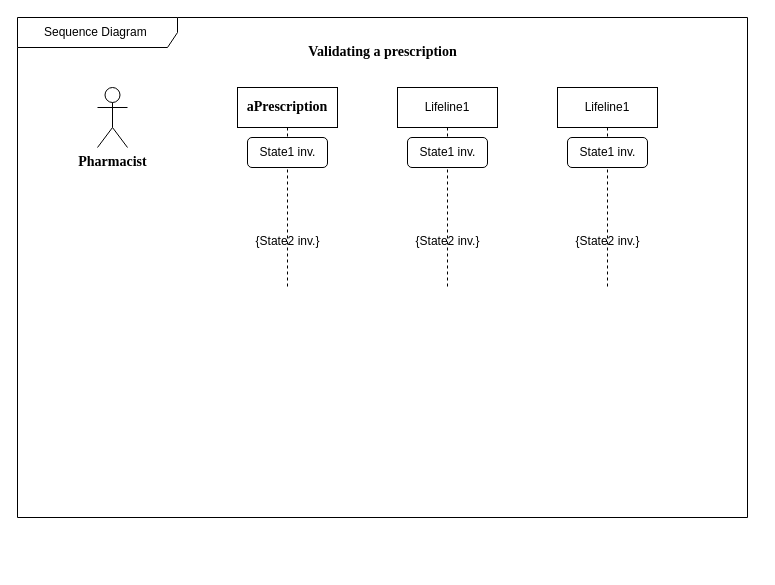
Above: Sequence  Diagram.drawio in FOMOKN/Software-Engineering (draw.io), before the change. Source tidied: cells renumbered, new cells numbered last; positions are measured from the earlier drawing's top-left corner, leaving out a move shared by most shapes. Both pictures are drawn from the tidied source at 100%, with x=0, y=0 at pixel (17, 17).
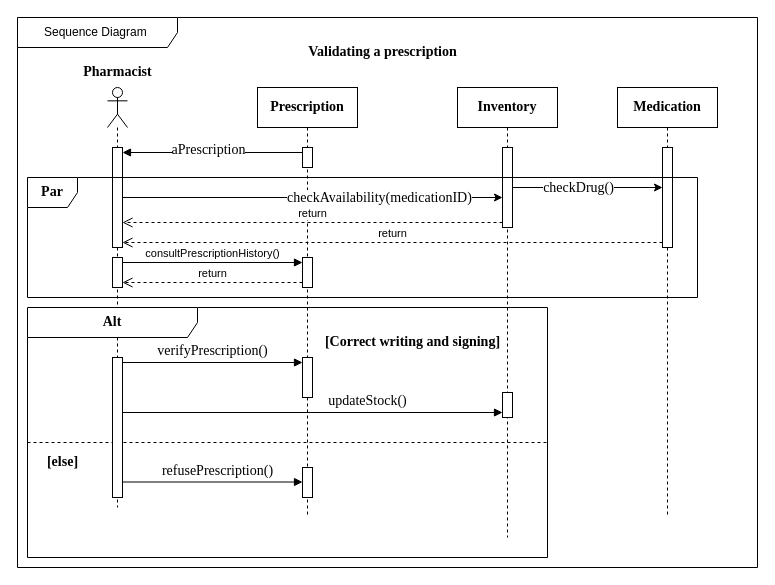
The same page after the edit.

The edit, as a diff of the source:
```diff
@@
     <mxCell id="2" value="Sequence Diagram&amp;nbsp;" style="shape=umlFrame;whiteSpace=wrap;html=1;width=160;" parent="1" vertex="1">
-      <mxGeometry width="730" height="500" as="geometry" />
+      <mxGeometry width="740" height="550" as="geometry" />
     </mxCell>
@@
-    <mxCell id="4" value="&lt;font style=&quot;font-size: 14px;&quot; face=&quot;Times New Roman&quot;&gt;&lt;b&gt;aPrescription&lt;/b&gt;&lt;/font&gt;" style="shape=umlLifeline;perimeter=lifelinePerimeter;whiteSpace=wrap;html=1;newEdgeStyle={&quot;curved&quot;:0,&quot;rounded&quot;:0};align=center;" parent="2" vertex="1">
-      <mxGeometry x="220" y="70" width="100" height="200" as="geometry" />
+    <mxCell id="4" value="&lt;font style=&quot;font-size: 14px;&quot; face=&quot;Times New Roman&quot;&gt;&lt;b&gt;Prescription&lt;/b&gt;&lt;/font&gt;" style="shape=umlLifeline;perimeter=lifelinePerimeter;whiteSpace=wrap;html=1;newEdgeStyle={&quot;curved&quot;:0,&quot;rounded&quot;:0};align=center;" parent="2" vertex="1">
+      <mxGeometry x="240" y="70" width="100" height="430" as="geometry" />
     </mxCell>
-    <mxCell id="5" value="State1 inv." style="rounded=1;dashed=0;point=[];targetShapes=umlLifeline;html=1;" parent="4" vertex="1">
-      <mxGeometry x="10" y="50" width="80" height="30" as="geometry" />
-    </mxCell>
-    <mxCell id="6" value="{State2 inv.}" style="text;align=center;point=[];targetShapes=umlLifeline;html=1;" parent="4" vertex="1">
-      <mxGeometry y="140" width="100" height="30" as="geometry" />
-    </mxCell>
+    <mxCell id="14" style="html=1;points=[[0,0,0,0,5],[0,1,0,0,-5],[1,0,0,0,5],[1,1,0,0,-5]];perimeter=orthogonalPerimeter;outlineConnect=0;targetShapes=umlLifeline;portConstraint=eastwest;newEdgeStyle={&quot;curved&quot;:0,&quot;rounded&quot;:0};" parent="4" vertex="1">
+      <mxGeometry x="45" y="60" width="10" height="20" as="geometry" />
+    </mxCell>
+    <mxCell id="15" style="html=1;points=[[0,0,0,0,5],[0,1,0,0,-5],[1,0,0,0,5],[1,1,0,0,-5]];perimeter=orthogonalPerimeter;outlineConnect=0;targetShapes=umlLifeline;portConstraint=eastwest;newEdgeStyle={&quot;curved&quot;:0,&quot;rounded&quot;:0};" parent="4" vertex="1">
+      <mxGeometry x="45" y="170" width="10" height="30" as="geometry" />
+    </mxCell>
-    <mxCell id="7" value="Lifeline1" style="shape=umlLifeline;perimeter=lifelinePerimeter;whiteSpace=wrap;html=1;newEdgeStyle={&quot;curved&quot;:0,&quot;rounded&quot;:0};" parent="2" vertex="1">
-      <mxGeometry x="380" y="70" width="100" height="200" as="geometry" />
+    <mxCell id="7" value="&lt;font size=&quot;1&quot; face=&quot;Times New Roman&quot;&gt;&lt;b style=&quot;font-size: 14px;&quot;&gt;Medication&lt;/b&gt;&lt;/font&gt;" style="shape=umlLifeline;perimeter=lifelinePerimeter;whiteSpace=wrap;html=1;newEdgeStyle={&quot;curved&quot;:0,&quot;rounded&quot;:0};" parent="2" vertex="1">
+      <mxGeometry x="600" y="70" width="100" height="430" as="geometry" />
     </mxCell>
-    <mxCell id="8" value="State1 inv." style="rounded=1;dashed=0;point=[];targetShapes=umlLifeline;html=1;" parent="7" vertex="1">
-      <mxGeometry x="10" y="50" width="80" height="30" as="geometry" />
-    </mxCell>
-    <mxCell id="9" value="{State2 inv.}" style="text;align=center;point=[];targetShapes=umlLifeline;html=1;" parent="7" vertex="1">
-      <mxGeometry y="140" width="100" height="30" as="geometry" />
-    </mxCell>
+    <mxCell id="16" style="html=1;points=[[0,0,0,0,5],[0,1,0,0,-5],[1,0,0,0,5],[1,1,0,0,-5]];perimeter=orthogonalPerimeter;outlineConnect=0;targetShapes=umlLifeline;portConstraint=eastwest;newEdgeStyle={&quot;curved&quot;:0,&quot;rounded&quot;:0};" parent="7" vertex="1">
+      <mxGeometry x="45" y="60" width="10" height="100" as="geometry" />
+    </mxCell>
-    <mxCell id="10" value="Lifeline1" style="shape=umlLifeline;perimeter=lifelinePerimeter;whiteSpace=wrap;html=1;newEdgeStyle={&quot;curved&quot;:0,&quot;rounded&quot;:0};" parent="2" vertex="1">
-      <mxGeometry x="540" y="70" width="100" height="200" as="geometry" />
+    <mxCell id="10" value="&lt;b&gt;&lt;font style=&quot;font-size: 14px;&quot; face=&quot;Times New Roman&quot;&gt;Inventory&lt;/font&gt;&lt;/b&gt;" style="shape=umlLifeline;perimeter=lifelinePerimeter;whiteSpace=wrap;html=1;newEdgeStyle={&quot;curved&quot;:0,&quot;rounded&quot;:0};" parent="2" vertex="1">
+      <mxGeometry x="440" y="70" width="100" height="450" as="geometry" />
     </mxCell>
-    <mxCell id="11" value="State1 inv." style="rounded=1;dashed=0;point=[];targetShapes=umlLifeline;html=1;" parent="10" vertex="1">
-      <mxGeometry x="10" y="50" width="80" height="30" as="geometry" />
-    </mxCell>
-    <mxCell id="12" value="{State2 inv.}" style="text;align=center;point=[];targetShapes=umlLifeline;html=1;" parent="10" vertex="1">
-      <mxGeometry y="140" width="100" height="30" as="geometry" />
-    </mxCell>
+    <mxCell id="17" style="html=1;points=[[0,0,0,0,5],[0,1,0,0,-5],[1,0,0,0,5],[1,1,0,0,-5]];perimeter=orthogonalPerimeter;outlineConnect=0;targetShapes=umlLifeline;portConstraint=eastwest;newEdgeStyle={&quot;curved&quot;:0,&quot;rounded&quot;:0};" parent="10" vertex="1">
+      <mxGeometry x="45" y="60" width="10" height="80" as="geometry" />
+    </mxCell>
+    <mxCell id="18" style="html=1;points=[[0,0,0,0,5],[0,1,0,0,-5],[1,0,0,0,5],[1,1,0,0,-5]];perimeter=orthogonalPerimeter;outlineConnect=0;targetShapes=umlLifeline;portConstraint=eastwest;newEdgeStyle={&quot;curved&quot;:0,&quot;rounded&quot;:0};" parent="10" vertex="1">
+      <mxGeometry x="45" y="305" width="10" height="25" as="geometry" />
+    </mxCell>
+    <mxCell id="19" style="shape=umlLifeline;perimeter=lifelinePerimeter;whiteSpace=wrap;html=1;newEdgeStyle={&quot;curved&quot;:0,&quot;rounded&quot;:0};participant=umlActor;" parent="2" vertex="1">
+      <mxGeometry x="90" y="70" width="20" height="420" as="geometry" />
+    </mxCell>
+    <mxCell id="20" style="html=1;points=[[0,0,0,0,5],[0,1,0,0,-5],[1,0,0,0,5],[1,1,0,0,-5]];perimeter=orthogonalPerimeter;outlineConnect=0;targetShapes=umlLifeline;portConstraint=eastwest;newEdgeStyle={&quot;curved&quot;:0,&quot;rounded&quot;:0};" parent="19" vertex="1">
+      <mxGeometry x="5" y="60" width="10" height="100" as="geometry" />
+    </mxCell>
+    <mxCell id="21" style="html=1;points=[[0,0,0,0,5],[0,1,0,0,-5],[1,0,0,0,5],[1,1,0,0,-5]];perimeter=orthogonalPerimeter;outlineConnect=0;targetShapes=umlLifeline;portConstraint=eastwest;newEdgeStyle={&quot;curved&quot;:0,&quot;rounded&quot;:0};" parent="19" vertex="1">
+      <mxGeometry x="5" y="170" width="10" height="30" as="geometry" />
+    </mxCell>
-    <mxCell id="13" value="&lt;font size=&quot;1&quot; face=&quot;Times New Roman&quot;&gt;&lt;b style=&quot;font-size: 14px;&quot;&gt;Pharmacist&lt;/b&gt;&lt;/font&gt;" style="shape=umlActor;verticalLabelPosition=bottom;verticalAlign=top;html=1;" parent="2" vertex="1">
-      <mxGeometry x="80" y="70" width="30" height="60" as="geometry" />
+    <mxCell id="13" value="Pharmacist" style="text;html=1;align=center;verticalAlign=middle;strokeColor=none;fillColor=none;fontFamily=Times New Roman;fontStyle=1;fontSize=14;" parent="2" vertex="1">
+      <mxGeometry x="55" y="40" width="90" height="30" as="geometry" />
     </mxCell>
+    <mxCell id="22" style="html=1;verticalAlign=bottom;labelBackgroundColor=none;endArrow=block;endFill=1;endSize=6;align=left;rounded=0;entryX=1;entryY=0;entryDx=0;entryDy=5;entryPerimeter=0;" parent="2" edge="1" source="14" target="20">
+      <mxGeometry x="-1" relative="1" as="geometry" />
+    </mxCell>
+    <mxCell id="23" value="aPrescription" style="edgeLabel;html=1;align=center;verticalAlign=middle;fontFamily=Times New Roman;fontSize=14;" parent="22" vertex="1">
+      <mxGeometry x="0.09" y="-3" relative="1" as="geometry">
+        <mxPoint x="3" as="offset" />
+      </mxGeometry>
+    </mxCell>
+    <mxCell id="24" style="edgeStyle=none;jettySize=auto;html=1;rounded=0;" parent="2" edge="1" source="20" target="17">
+      <mxGeometry relative="1" as="geometry" />
+    </mxCell>
+    <mxCell id="25" value="checkAvailability(medicationID)" style="edgeLabel;html=1;align=center;verticalAlign=middle;fontFamily=Times New Roman;fontSize=14;" parent="24" vertex="1">
+      <mxGeometry x="0.32" relative="1" as="geometry">
+        <mxPoint x="5" as="offset" />
+      </mxGeometry>
+    </mxCell>
+    <mxCell id="26" style="edgeStyle=none;jettySize=auto;html=1;rounded=0;" parent="2" edge="1" source="17" target="16">
+      <mxGeometry relative="1" as="geometry" />
+    </mxCell>
+    <mxCell id="27" value="checkDrug()" style="edgeLabel;html=1;align=center;verticalAlign=middle;fontSize=14;fontFamily=Times New Roman;" parent="26" vertex="1">
+      <mxGeometry x="-0.13" relative="1" as="geometry" />
+    </mxCell>
+    <mxCell id="28" value="return" style="html=1;verticalAlign=bottom;endArrow=open;dashed=1;endSize=8;curved=0;rounded=0;exitX=0;exitY=1;exitDx=0;exitDy=-5;exitPerimeter=0;" parent="2" edge="1" source="15" target="21">
+      <mxGeometry relative="1" as="geometry" />
+    </mxCell>
+    <mxCell id="29" value="return" style="html=1;verticalAlign=bottom;endArrow=open;dashed=1;endSize=8;curved=0;rounded=0;exitX=0;exitY=1;exitDx=0;exitDy=-5;exitPerimeter=0;" parent="2" edge="1" source="17" target="20">
+      <mxGeometry relative="1" as="geometry" />
+    </mxCell>
+    <mxCell id="30" value="return" style="html=1;verticalAlign=bottom;endArrow=open;dashed=1;endSize=8;curved=0;rounded=0;exitX=0;exitY=1;exitDx=0;exitDy=-5;exitPerimeter=0;entryX=1;entryY=1;entryDx=0;entryDy=-5;entryPerimeter=0;" parent="2" edge="1" source="16" target="20">
+      <mxGeometry relative="1" as="geometry" />
+    </mxCell>
+    <mxCell id="31" value="consultPrescriptionHistory()" style="html=1;verticalAlign=bottom;endArrow=block;curved=0;rounded=0;exitX=1;exitY=0;exitDx=0;exitDy=5;exitPerimeter=0;entryX=0;entryY=0;entryDx=0;entryDy=5;entryPerimeter=0;" parent="2" edge="1" source="21" target="15">
+      <mxGeometry relative="1" as="geometry" />
+    </mxCell>
+    <mxCell id="32" value="&lt;font size=&quot;1&quot; face=&quot;Times New Roman&quot;&gt;&lt;b style=&quot;font-size: 14px;&quot;&gt;Alt&lt;/b&gt;&lt;/font&gt;" style="shape=umlFrame;whiteSpace=wrap;html=1;width=170;" parent="2" vertex="1">
+      <mxGeometry x="10" y="290" width="520" height="250" as="geometry" />
+    </mxCell>
+    <mxCell id="33" style="line;strokeWidth=1;dashed=1;labelPosition=center;verticalLabelPosition=bottom;align=left;verticalAlign=top;spacingLeft=20;spacingTop=15;html=1;whiteSpace=wrap;" parent="32" vertex="1">
+      <mxGeometry y="130" width="520" height="10" as="geometry" />
+    </mxCell>
+    <mxCell id="34" style="html=1;points=[[0,0,0,0,5],[0,1,0,0,-5],[1,0,0,0,5],[1,1,0,0,-5]];perimeter=orthogonalPerimeter;outlineConnect=0;targetShapes=umlLifeline;portConstraint=eastwest;newEdgeStyle={&quot;curved&quot;:0,&quot;rounded&quot;:0};" parent="32" vertex="1">
+      <mxGeometry x="85" y="50" width="10" height="140" as="geometry" />
+    </mxCell>
+    <mxCell id="35" style="html=1;points=[[0,0,0,0,5],[0,1,0,0,-5],[1,0,0,0,5],[1,1,0,0,-5]];perimeter=orthogonalPerimeter;outlineConnect=0;targetShapes=umlLifeline;portConstraint=eastwest;newEdgeStyle={&quot;curved&quot;:0,&quot;rounded&quot;:0};" parent="32" vertex="1">
+      <mxGeometry x="275" y="50" width="10" height="40" as="geometry" />
+    </mxCell>
+    <mxCell id="36" value="&lt;font style=&quot;font-size: 14px;&quot;&gt;verifyPrescription()&lt;/font&gt;" style="html=1;verticalAlign=bottom;endArrow=block;curved=0;rounded=0;exitX=1;exitY=0;exitDx=0;exitDy=5;exitPerimeter=0;entryX=0;entryY=0;entryDx=0;entryDy=5;entryPerimeter=0;fontFamily=Times New Roman;" parent="32" edge="1" source="34" target="35">
+      <mxGeometry relative="1" as="geometry" />
+    </mxCell>
+    <mxCell id="37" value="[else]" style="text;html=1;align=center;verticalAlign=middle;strokeColor=none;fillColor=none;fontFamily=Times New Roman;fontSize=14;fontStyle=1;" parent="32" vertex="1">
+      <mxGeometry x="10" y="140" width="50" height="30" as="geometry" />
+    </mxCell>
+    <mxCell id="38" value="&lt;font style=&quot;font-size: 14px;&quot; face=&quot;Times New Roman&quot;&gt;&lt;b&gt;[Correct writing and signing]&lt;/b&gt;&lt;/font&gt;" style="text;html=1;align=center;verticalAlign=middle;strokeColor=none;fillColor=none;" parent="32" vertex="1">
+      <mxGeometry x="285" y="20" width="200" height="30" as="geometry" />
+    </mxCell>
+    <mxCell id="39" style="html=1;perimeter=orthogonalPerimeter;targetShapes=umlLifeline;newEdgeStyle={&quot;curved&quot;:0,&quot;rounded&quot;:0};" parent="32" vertex="1">
+      <mxGeometry x="275" y="160" width="10" height="30" as="geometry" />
+    </mxCell>
+    <mxCell id="40" value="&lt;font style=&quot;font-size: 14px;&quot; face=&quot;Times New Roman&quot;&gt;refusePrescription()&lt;/font&gt;" style="html=1;verticalAlign=bottom;endArrow=block;curved=0;rounded=0;exitX=1;exitY=1;exitDx=0;exitDy=-5;exitPerimeter=0;" parent="32" edge="1">
+      <mxGeometry x="0.06" relative="1" as="geometry">
+        <mxPoint x="95" y="174.5" as="sourcePoint" />
+        <mxPoint x="275" y="174.5" as="targetPoint" />
+      </mxGeometry>
+    </mxCell>
+    <mxCell id="41" value="&lt;font style=&quot;font-size: 14px;&quot; face=&quot;Times New Roman&quot;&gt;updateStock()&lt;/font&gt;" style="html=1;verticalAlign=bottom;endArrow=block;curved=0;rounded=0;entryX=0;entryY=1;entryDx=0;entryDy=-5;entryPerimeter=0;" parent="2" edge="1" source="34" target="18">
+      <mxGeometry x="0.29" relative="1" as="geometry" />
+    </mxCell>
+    <mxCell id="42" value="&lt;p&gt;&lt;font style=&quot;font-size: 14px;&quot; face=&quot;Times New Roman&quot;&gt;&lt;b&gt;Par&lt;/b&gt;&lt;/font&gt;&lt;/p&gt;" style="shape=umlFrame;whiteSpace=wrap;html=1;width=50;" parent="2" vertex="1">
+      <mxGeometry x="10" y="160" width="670" height="120" as="geometry" />
+    </mxCell>
```
